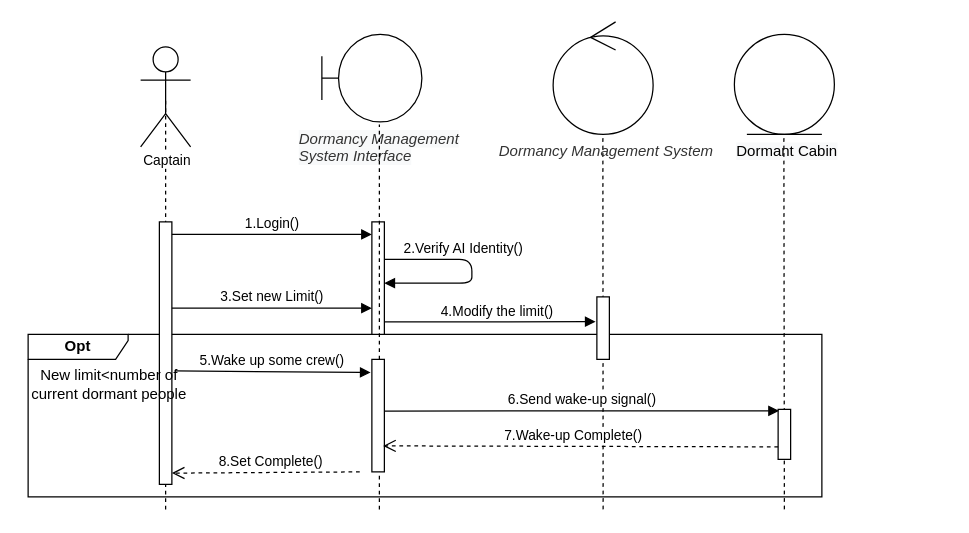
The draw.io diagram SAD/SetLimitSequence.drawio in DukeofCambridge/Diagrams, before the edit. Source tidied: cells renumbered, new cells numbered last; positions are measured from the earlier drawing's top-left corner, leaving out a move shared by most shapes. Both pictures are drawn from the tidied source at 125%, with x=0, y=0 at pixel (21, 21).
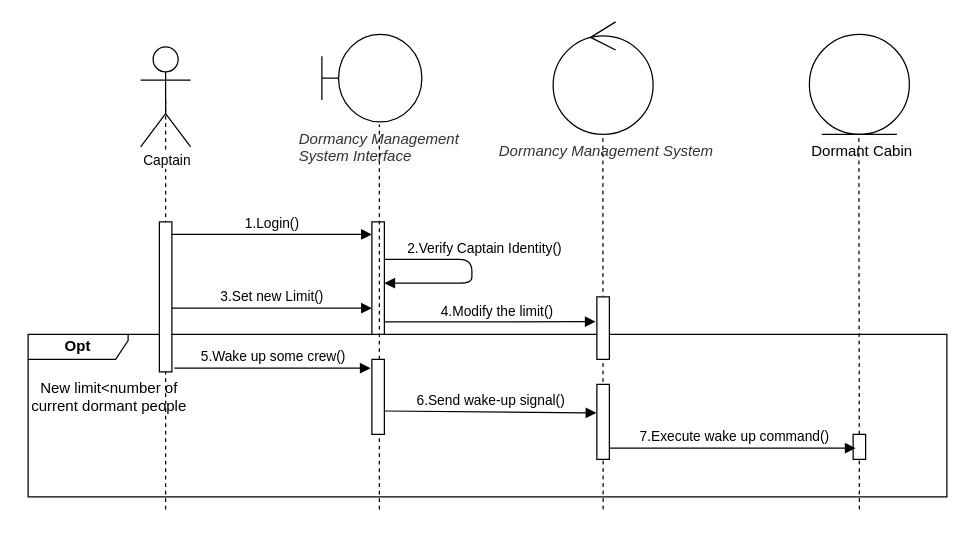
Above is the later version.

Unchanged cells that the change refers to:
```xml
<mxCell id="8" style="html=1;points=[];perimeter=orthogonalPerimeter;" parent="1" vertex="1">
  <mxGeometry x="280" y="160" width="10" height="90" as="geometry" />
</mxCell>
```

Diff of the diagram source:
```diff
@@
     <mxCell id="2" value="&lt;b&gt;Opt&lt;/b&gt;" style="shape=umlFrame;whiteSpace=wrap;html=1;width=80;height=20;" parent="1" vertex="1">
-      <mxGeometry x="5" y="250" width="635" height="130" as="geometry" />
+      <mxGeometry x="5" y="250" width="735" height="130" as="geometry" />
     </mxCell>
@@
     <mxCell id="6" style="html=1;perimeter=orthogonalPerimeter;" parent="1" vertex="1">
-      <mxGeometry x="110" y="160" width="10" height="210" as="geometry" />
+      <mxGeometry x="110" y="160" width="10" height="120" as="geometry" />
     </mxCell>
@@
-    <mxCell id="10" value="2.Verify AI Identity()" style="html=1;verticalAlign=bottom;endArrow=block;" parent="1" edge="1" target="8">
-      <mxGeometry x="-0.21" relative="1" as="geometry">
+    <mxCell id="10" value="2.Verify Captain Identity()" style="html=1;verticalAlign=bottom;endArrow=block;" parent="1" edge="1" target="8">
+      <mxGeometry x="-0.12" y="10" relative="1" as="geometry">
         <mxPoint x="290" y="190" as="sourcePoint" />
         <Array as="points">
           <mxPoint x="360" y="190" />
           <mxPoint x="360" y="209" />
         </Array>
       </mxGeometry>
     </mxCell>
@@
     <mxCell id="15" style="ellipse;shape=umlEntity;whiteSpace=wrap;html=1;" parent="1" vertex="1">
-      <mxGeometry x="570" y="10" width="80" height="80" as="geometry" />
+      <mxGeometry x="630" y="10" width="80" height="80" as="geometry" />
     </mxCell>
@@
     <mxCell id="20" value="&lt;span style=&quot;color: rgb(0 , 0 , 0) ; font-family: &amp;#34;helvetica&amp;#34; ; font-size: 12px ; font-style: normal ; font-weight: 400 ; letter-spacing: normal ; text-align: center ; text-indent: 0px ; text-transform: none ; word-spacing: 0px ; background-color: rgb(248 , 249 , 250) ; display: inline ; float: none&quot;&gt;Dormant Cabin&lt;/span&gt;" style="text;whiteSpace=wrap;html=1;" parent="1" vertex="1">
-      <mxGeometry x="570" y="90" width="110" height="30" as="geometry" />
+      <mxGeometry x="630" y="90" width="110" height="30" as="geometry" />
     </mxCell>
     <mxCell id="21" style="endArrow=none;dashed=1;html=1;" parent="1" edge="1">
       <mxGeometry relative="1" as="geometry">
-        <mxPoint x="610" y="390" as="sourcePoint" />
-        <mxPoint x="609.6" y="90" as="targetPoint" />
+        <mxPoint x="670" y="390" as="sourcePoint" />
+        <mxPoint x="669.6" y="90" as="targetPoint" />
       </mxGeometry>
     </mxCell>
     <mxCell id="22" style="html=1;points=[];perimeter=orthogonalPerimeter;" parent="1" vertex="1">
-      <mxGeometry x="605" y="310" width="10" height="40" as="geometry" />
+      <mxGeometry x="665" y="330" width="10" height="20" as="geometry" />
     </mxCell>
-    <mxCell id="23" value="5.Wake up some crew()" style="html=1;verticalAlign=bottom;endArrow=block;entryX=-0.1;entryY=0.117;entryDx=0;entryDy=0;entryPerimeter=0;exitX=0.874;exitY=-0.042;exitDx=0;exitDy=0;exitPerimeter=0;" parent="1" edge="1" source="26" target="25">
-      <mxGeometry relative="1" as="geometry" />
+    <mxCell id="23" value="5.Wake up some crew()" style="html=1;verticalAlign=bottom;endArrow=block;entryX=-0.1;entryY=0.117;entryDx=0;entryDy=0;entryPerimeter=0;" parent="1" edge="1" target="25">
+      <mxGeometry relative="1" as="geometry">
+        <mxPoint x="122" y="277" as="sourcePoint" />
+      </mxGeometry>
     </mxCell>
@@
     <mxCell id="25" style="html=1;points=[];perimeter=orthogonalPerimeter;" parent="1" vertex="1">
-      <mxGeometry x="280" y="270" width="10" height="90" as="geometry" />
+      <mxGeometry x="280" y="270" width="10" height="60" as="geometry" />
     </mxCell>
     <mxCell id="26" value="New limit&amp;lt;number of current dormant people" style="text;html=1;strokeColor=none;fillColor=none;align=center;verticalAlign=middle;whiteSpace=wrap;rounded=0;" parent="1" vertex="1">
-      <mxGeometry y="280" width="140" height="20" as="geometry" />
+      <mxGeometry y="290" width="140" height="20" as="geometry" />
     </mxCell>
-    <mxCell id="27" value="6.Send wake-up signal()" style="html=1;verticalAlign=bottom;endArrow=block;entryX=0.067;entryY=0.029;entryDx=0;entryDy=0;entryPerimeter=0;exitX=1.5;exitY=0.203;exitDx=0;exitDy=0;exitPerimeter=0;" parent="1" edge="1" target="22">
+    <mxCell id="27" value="6.Send wake-up signal()" style="html=1;verticalAlign=bottom;endArrow=block;entryX=-0.04;entryY=0.38;entryDx=0;entryDy=0;entryPerimeter=0;exitX=1.5;exitY=0.203;exitDx=0;exitDy=0;exitPerimeter=0;" parent="1" edge="1" target="30">
       <mxGeometry relative="1" as="geometry">
         <mxPoint x="290" y="311.3" as="sourcePoint" />
       </mxGeometry>
     </mxCell>
-    <mxCell id="28" value="7.Wake-up Complete()" style="html=1;verticalAlign=bottom;endArrow=open;dashed=1;endSize=8;exitX=0.033;exitY=0.904;exitDx=0;exitDy=0;exitPerimeter=0;entryX=0.9;entryY=0.769;entryDx=0;entryDy=0;entryPerimeter=0;" parent="1" edge="1" target="25">
-      <mxGeometry x="0.04" relative="1" as="geometry">
-        <mxPoint x="605" y="340" as="sourcePoint" />
-      </mxGeometry>
-    </mxCell>
-    <mxCell id="29" value="8.Set Complete()" style="html=1;verticalAlign=bottom;endArrow=open;dashed=1;endSize=8;exitX=0.033;exitY=0.904;exitDx=0;exitDy=0;exitPerimeter=0;" parent="1" edge="1">
-      <mxGeometry x="-0.06" y="1" relative="1" as="geometry">
-        <mxPoint x="270.3" y="360" as="sourcePoint" />
-        <mxPoint x="120" y="361" as="targetPoint" />
-      </mxGeometry>
-    </mxCell>
+    <mxCell id="30" style="html=1;points=[];perimeter=orthogonalPerimeter;" parent="1" vertex="1">
+      <mxGeometry x="460" y="290" width="10" height="60" as="geometry" />
+    </mxCell>
+    <mxCell id="31" value="7.Execute wake up command()" style="html=1;verticalAlign=bottom;endArrow=block;" parent="1" edge="1">
+      <mxGeometry x="0.02" relative="1" as="geometry">
+        <mxPoint x="470" y="341" as="sourcePoint" />
+        <mxPoint x="667" y="341" as="targetPoint" />
+      </mxGeometry>
+    </mxCell>
```
